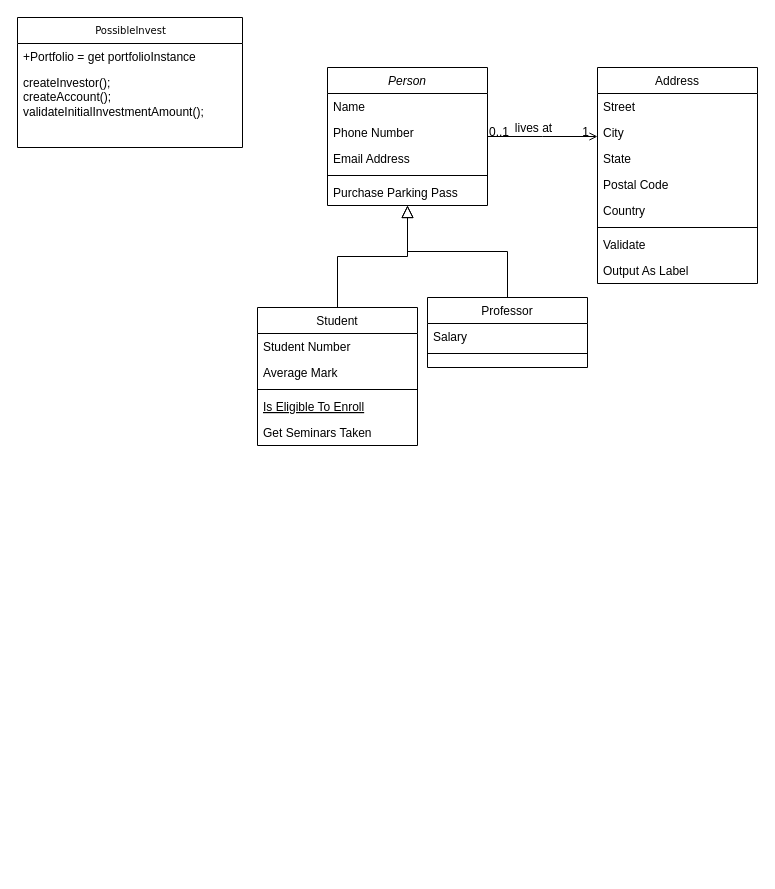
Above: Untitled Diagram.drawio in jimmyjazz31/CSSFinalProject (draw.io), before the change. Source tidied: cells renumbered, new cells numbered last; positions are measured from the earlier drawing's top-left corner, leaving out a move shared by most shapes. Both pictures are drawn from the tidied source at 100%, with x=0, y=0 at pixel (17, 17).
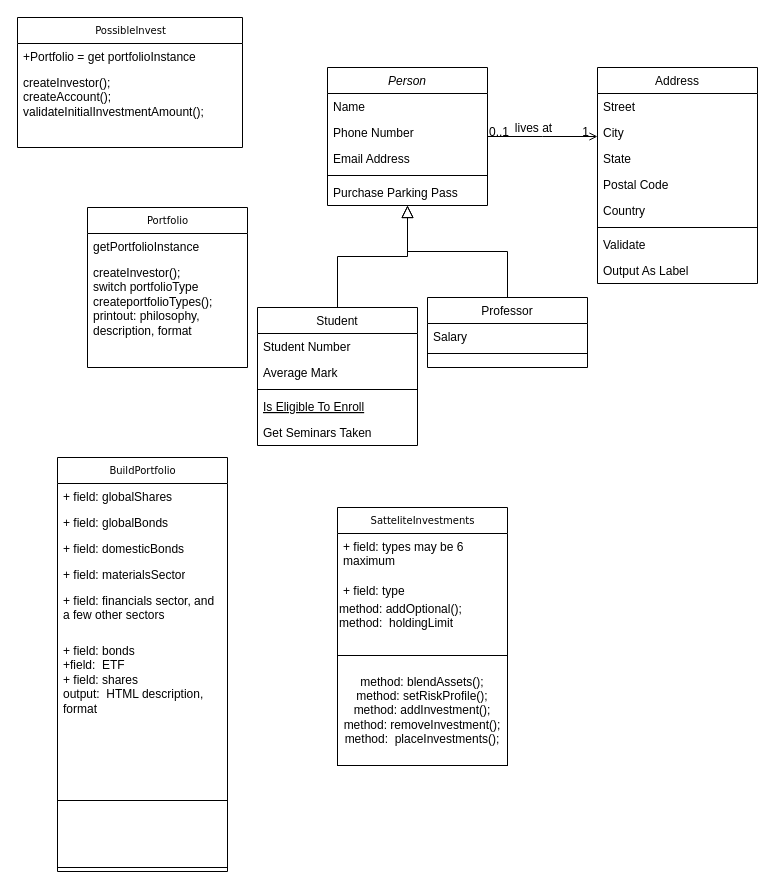
Above is the later version.

What changed in the source:
```diff
@@
+    <mxCell id="35" value="Portfolio" style="swimlane;html=1;fontStyle=0;horizontal=1;startSize=26;fillColor=none;swimlaneFillColor=#ffffff;rounded=0;shadow=0;comic=0;labelBackgroundColor=none;strokeWidth=1;fontFamily=Verdana;fontSize=10;align=center;" parent="1" vertex="1">
+      <mxGeometry x="70" y="190" width="160" height="160" as="geometry" />
+    </mxCell>
+    <mxCell id="36" value="getPortfolioInstance" style="text;html=1;strokeColor=none;fillColor=none;align=left;verticalAlign=top;spacingLeft=4;spacingRight=4;whiteSpace=wrap;overflow=hidden;" parent="35" vertex="1">
+      <mxGeometry y="26" width="160" height="26" as="geometry" />
+    </mxCell>
+    <mxCell id="37" value="createInvestor();&lt;div&gt;switch portfolioType&lt;/div&gt;&lt;div&gt;createportfolioTypes();&lt;/div&gt;&lt;div&gt;printout: philosophy, description, format&amp;nbsp;&lt;/div&gt;" style="text;html=1;strokeColor=none;fillColor=none;align=left;verticalAlign=top;spacingLeft=4;spacingRight=4;whiteSpace=wrap;overflow=hidden;" parent="35" vertex="1">
+      <mxGeometry y="52" width="160" height="108" as="geometry" />
+    </mxCell>
+    <mxCell id="38" value="BuildPortfolio" style="swimlane;html=1;fontStyle=0;horizontal=1;startSize=26;fillColor=none;swimlaneFillColor=#ffffff;rounded=0;shadow=0;comic=0;labelBackgroundColor=none;strokeWidth=1;fontFamily=Verdana;fontSize=10;align=center;" parent="1" vertex="1">
+      <mxGeometry x="40" y="440" width="170" height="414" as="geometry" />
+    </mxCell>
+    <mxCell id="39" value="+ field: globalShares" style="text;html=1;strokeColor=none;fillColor=none;align=left;verticalAlign=top;spacingLeft=4;spacingRight=4;whiteSpace=wrap;overflow=hidden;" parent="38" vertex="1">
+      <mxGeometry y="26" width="170" height="26" as="geometry" />
+    </mxCell>
+    <mxCell id="40" value="+ field: globalBonds" style="text;html=1;strokeColor=none;fillColor=none;align=left;verticalAlign=top;spacingLeft=4;spacingRight=4;whiteSpace=wrap;overflow=hidden;" parent="38" vertex="1">
+      <mxGeometry y="52" width="170" height="26" as="geometry" />
+    </mxCell>
+    <mxCell id="41" value="+ field: domesticBonds" style="text;html=1;strokeColor=none;fillColor=none;align=left;verticalAlign=top;spacingLeft=4;spacingRight=4;whiteSpace=wrap;overflow=hidden;" parent="38" vertex="1">
+      <mxGeometry y="78" width="170" height="26" as="geometry" />
+    </mxCell>
+    <mxCell id="42" value="+ field: materialsSector" style="text;html=1;strokeColor=none;fillColor=none;align=left;verticalAlign=top;spacingLeft=4;spacingRight=4;whiteSpace=wrap;overflow=hidden;" parent="38" vertex="1">
+      <mxGeometry y="104" width="170" height="26" as="geometry" />
+    </mxCell>
+    <mxCell id="43" value="+ field: financials sector, and a few other sectors" style="text;html=1;strokeColor=none;fillColor=none;align=left;verticalAlign=top;spacingLeft=4;spacingRight=4;whiteSpace=wrap;overflow=hidden;" parent="38" vertex="1">
+      <mxGeometry y="130" width="170" height="50" as="geometry" />
+    </mxCell>
+    <mxCell id="44" value="+ field: bonds&lt;div&gt;+field:&amp;nbsp; ETF&lt;/div&gt;&lt;div&gt;+ field: shares&lt;/div&gt;&lt;div&gt;output:&amp;nbsp; HTML description, format&lt;/div&gt;" style="text;html=1;strokeColor=none;fillColor=none;align=left;verticalAlign=top;spacingLeft=4;spacingRight=4;whiteSpace=wrap;overflow=hidden;" parent="38" vertex="1">
+      <mxGeometry y="180" width="170" height="100" as="geometry" />
+    </mxCell>
+    <mxCell id="45" style="line;strokeWidth=1;fillColor=none;align=left;verticalAlign=middle;spacingTop=-1;spacingLeft=3;spacingRight=3;labelPosition=right;strokeColor=inherit;" parent="38" vertex="1">
+      <mxGeometry y="280" width="170" height="126" as="geometry" />
+    </mxCell>
+    <mxCell id="46" style="line;strokeWidth=1;fillColor=none;align=left;verticalAlign=middle;spacingTop=-1;spacingLeft=3;spacingRight=3;labelPosition=right;strokeColor=inherit;" parent="38" vertex="1">
+      <mxGeometry y="406" width="170" height="8" as="geometry" />
+    </mxCell>
+    <mxCell id="47" value="SatteliteInvestments" style="swimlane;html=1;fontStyle=0;horizontal=1;startSize=26;fillColor=none;swimlaneFillColor=#ffffff;rounded=0;shadow=0;comic=0;labelBackgroundColor=none;strokeWidth=1;fontFamily=Verdana;fontSize=10;align=center;" parent="1" vertex="1">
+      <mxGeometry x="320" y="490" width="170" height="148" as="geometry" />
+    </mxCell>
+    <mxCell id="48" value="+ field: types may be 6 maximum" style="text;html=1;strokeColor=none;fillColor=none;align=left;verticalAlign=top;spacingLeft=4;spacingRight=4;whiteSpace=wrap;overflow=hidden;" parent="47" vertex="1">
+      <mxGeometry y="26" width="170" height="44" as="geometry" />
+    </mxCell>
+    <mxCell id="49" value="+ field: type" style="text;html=1;strokeColor=none;fillColor=none;align=left;verticalAlign=top;spacingLeft=4;spacingRight=4;whiteSpace=wrap;overflow=hidden;" parent="47" vertex="1">
+      <mxGeometry y="70" width="170" height="18" as="geometry" />
+    </mxCell>
+    <mxCell id="50" value="method: addOptional();&lt;div&gt;method:&amp;nbsp; holdingLimit&lt;/div&gt;" style="text;whiteSpace=wrap;html=1;" parent="47" vertex="1">
+      <mxGeometry y="88" width="170" height="60" as="geometry" />
+    </mxCell>
+    <mxCell id="51" value="method: blendAssets();&lt;div&gt;method: setRiskProfile();&lt;/div&gt;&lt;div&gt;method: addInvestment();&lt;/div&gt;&lt;div&gt;method: removeInvestment();&lt;/div&gt;&lt;div&gt;method:&amp;nbsp; placeInvestments();&lt;/div&gt;" style="rounded=0;whiteSpace=wrap;html=1;" parent="1" vertex="1">
+      <mxGeometry x="320" y="638" width="170" height="110" as="geometry" />
+    </mxCell>
```
